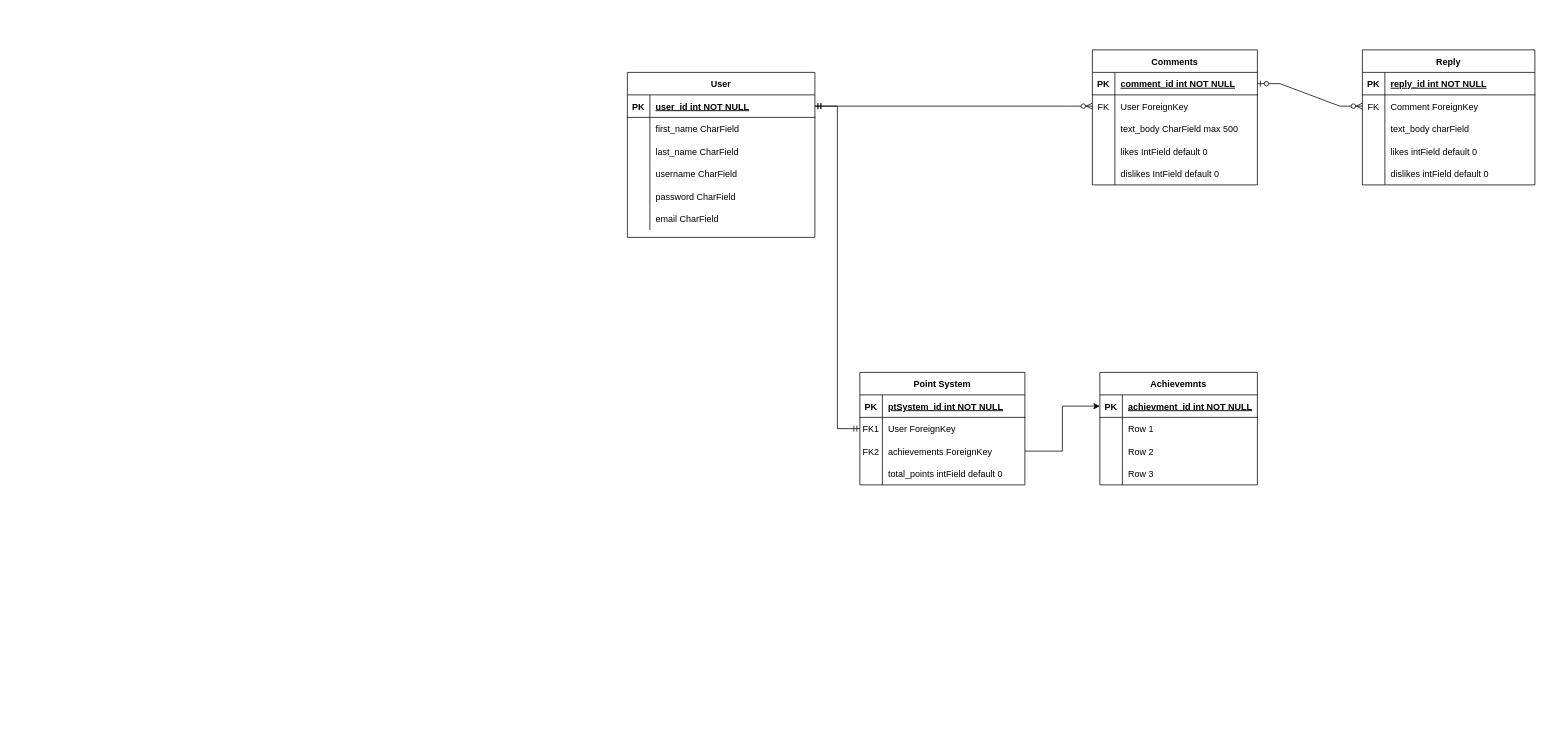
Earlier version of the draw.io diagram Capstone_erd.drawio (BobbyLee3294/dCC-Capstone). Source tidied: cells renumbered, new cells numbered last; positions are measured from the earlier drawing's top-left corner, leaving out a move shared by most shapes. Both pictures are drawn from the tidied source at 75%, with x=0, y=0 at pixel (627, 50).
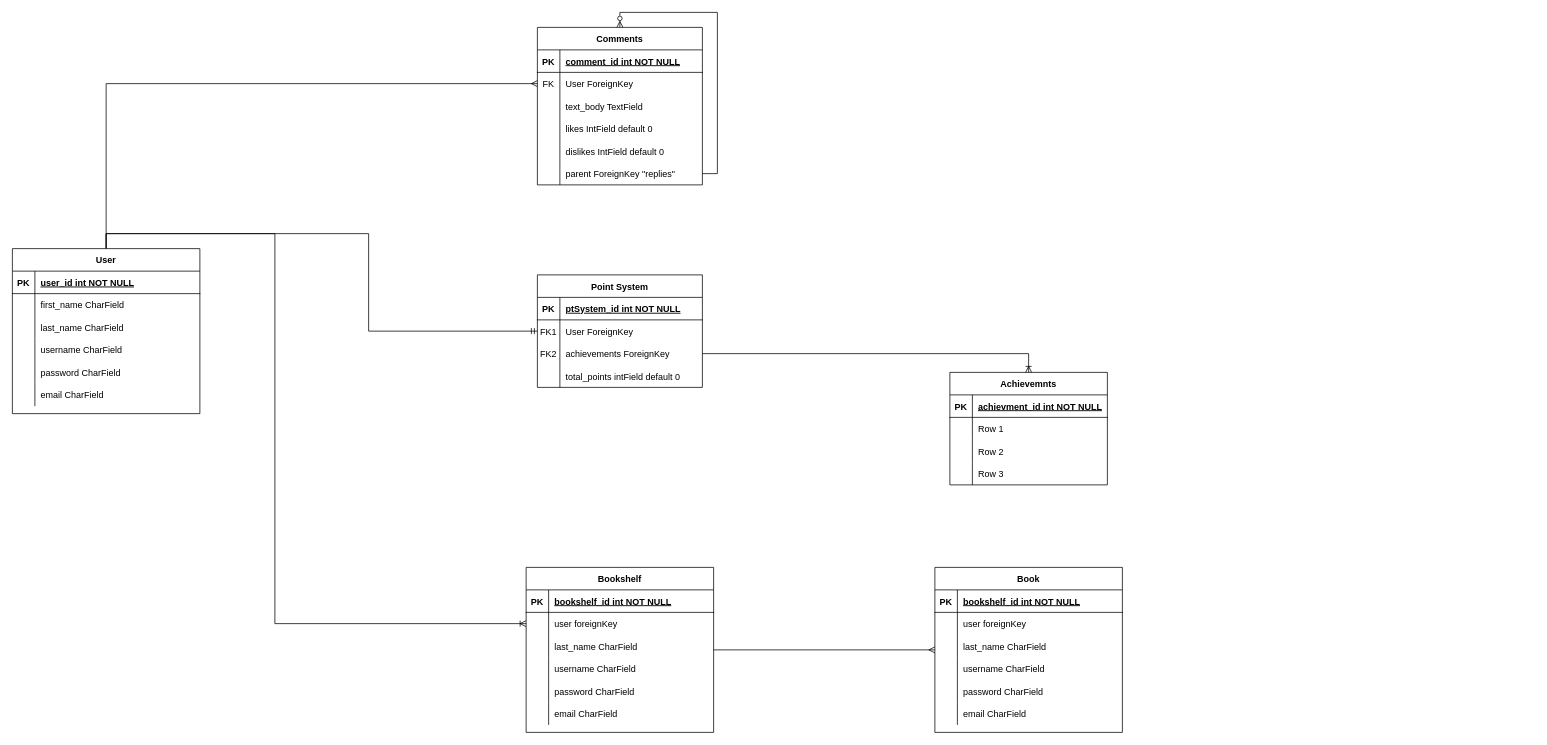
After the change.

Unchanged cells that the change refers to:
```xml
<mxCell id="3" style="shape=partialRectangle;fillColor=none;points=[[0,0.5],[1,0.5]];portConstraint=eastwest;top=0;left=0;right=0;bottom=1;" parent="2" vertex="1">
  <mxGeometry y="30" width="250" height="30" as="geometry" />
</mxCell>
<mxCell id="26" style="shape=tableRow;horizontal=0;startSize=0;swimlaneHead=0;swimlaneBody=0;fillColor=none;points=[[0,0.5],[1,0.5]];portConstraint=eastwest;top=0;left=0;right=0;bottom=0;" parent="22" vertex="1">
  <mxGeometry y="60" width="220" height="30" as="geometry" />
</mxCell>
<mxCell id="29" style="shape=tableRow;horizontal=0;startSize=0;swimlaneHead=0;swimlaneBody=0;fillColor=none;points=[[0,0.5],[1,0.5]];portConstraint=eastwest;top=0;left=0;right=0;bottom=0;" parent="22" vertex="1">
  <mxGeometry y="90" width="220" height="30" as="geometry" />
</mxCell>
<mxCell id="38" style="shape=tableRow;horizontal=0;startSize=0;swimlaneHead=0;swimlaneBody=0;fillColor=none;points=[[0,0.5],[1,0.5]];portConstraint=eastwest;top=0;left=0;right=0;bottom=1;" parent="37" vertex="1">
  <mxGeometry y="30" width="210" height="30" as="geometry" />
</mxCell>
<mxCell id="51" style="shape=tableRow;horizontal=0;startSize=0;swimlaneHead=0;swimlaneBody=0;fillColor=none;points=[[0,0.5],[1,0.5]];portConstraint=eastwest;top=0;left=0;right=0;bottom=1;" parent="50" vertex="1">
  <mxGeometry y="30" width="220" height="30" as="geometry" />
</mxCell>
<mxCell id="54" style="shape=tableRow;horizontal=0;startSize=0;swimlaneHead=0;swimlaneBody=0;fillColor=none;points=[[0,0.5],[1,0.5]];portConstraint=eastwest;top=0;left=0;right=0;bottom=0;" parent="50" vertex="1">
  <mxGeometry y="60" width="220" height="30" as="geometry" />
</mxCell>
<mxCell id="57" style="shape=tableRow;horizontal=0;startSize=0;swimlaneHead=0;swimlaneBody=0;fillColor=none;top=0;left=0;right=0;bottom=0;" parent="50" vertex="1">
  <mxGeometry y="90" width="220" height="30" as="geometry" />
</mxCell>
```

The edit, as a diff of the source:
```diff
@@
+    <mxCell id="83" style="edgeStyle=orthogonalEdgeStyle;rounded=0;jettySize=auto;html=1;exitX=0.5;exitY=0;exitDx=0;exitDy=0;entryX=0;entryY=0.5;entryDx=0;entryDy=0;endArrow=ERmany;endFill=0;" parent="1" edge="1" source="2" target="54">
+      <mxGeometry relative="1" as="geometry" />
+    </mxCell>
+    <mxCell id="84" style="edgeStyle=orthogonalEdgeStyle;rounded=0;jettySize=auto;html=1;exitX=0.5;exitY=0;exitDx=0;exitDy=0;entryX=0;entryY=0.5;entryDx=0;entryDy=0;endArrow=ERmandOne;endFill=0;" parent="1" edge="1" source="2" target="26">
+      <mxGeometry relative="1" as="geometry" />
+    </mxCell>
+    <mxCell id="85" style="edgeStyle=orthogonalEdgeStyle;rounded=0;jettySize=auto;html=1;exitX=0.5;exitY=0;exitDx=0;exitDy=0;endArrow=ERoneToMany;endFill=0;" parent="1" edge="1" source="2" target="95">
+      <mxGeometry relative="1" as="geometry">
+        <Array as="points">
+          <mxPoint x="-695" y="245" />
+          <mxPoint x="-470" y="245" />
+          <mxPoint x="-470" y="765" />
+        </Array>
+      </mxGeometry>
+    </mxCell>
     <mxCell id="2" value="User" style="shape=table;startSize=30;childLayout=tableLayout;rowLines=0;fontStyle=1;align=center;" parent="1" vertex="1">
-      <mxGeometry y="30" width="250" height="220" as="geometry" />
+      <mxGeometry x="-820" y="265" width="250" height="220" as="geometry" />
     </mxCell>
@@
-    <mxCell id="21" style="edgeStyle=entityRelationEdgeStyle;fontSize=12;html=1;endArrow=ERzeroToMany;startArrow=ERmandOne;rounded=0;exitX=1;exitY=0.5;exitDx=0;exitDy=0;" parent="1" edge="1" source="3" target="54">
-      <mxGeometry relative="1" as="geometry" />
-    </mxCell>
     <mxCell id="22" value="Point System" style="shape=table;startSize=30;childLayout=tableLayout;rowLines=0;fontStyle=1;align=center;" parent="1" vertex="1">
-      <mxGeometry x="310" y="430" width="220" height="150" as="geometry" />
+      <mxGeometry x="-120" y="300" width="220" height="150" as="geometry" />
     </mxCell>
@@
-    <mxCell id="35" style="edgeStyle=entityRelationEdgeStyle;fontSize=12;html=1;endArrow=ERmandOne;startArrow=ERmandOne;rounded=0;entryX=1;entryY=0.5;entryDx=0;entryDy=0;" parent="1" edge="1" source="26" target="3">
-      <mxGeometry relative="1" as="geometry" />
-    </mxCell>
-    <mxCell id="36" style="edgeStyle=orthogonalEdgeStyle;rounded=0;jettySize=auto;html=1;exitX=1;exitY=0.5;exitDx=0;exitDy=0;" parent="1" edge="1" source="29" target="38">
-      <mxGeometry relative="1" as="geometry" />
-    </mxCell>
     <mxCell id="37" value="Achievemnts" style="shape=table;startSize=30;childLayout=tableLayout;rowLines=0;fontStyle=1;align=center;" parent="1" vertex="1">
-      <mxGeometry x="630" y="430" width="210" height="150" as="geometry" />
+      <mxGeometry x="430" y="430" width="210" height="150" as="geometry" />
     </mxCell>
@@
     <mxCell id="50" value="Comments" style="shape=table;startSize=30;childLayout=tableLayout;rowLines=0;fontStyle=1;align=center;" parent="1" vertex="1">
-      <mxGeometry x="620" width="220" height="180" as="geometry" />
+      <mxGeometry x="-120" y="-30" width="220" height="210" as="geometry" />
     </mxCell>
@@
-    <mxCell id="59" value="text_body CharField max 500" style="shape=partialRectangle;fillColor=none;top=0;left=0;bottom=0;right=0;align=left;spacingLeft=6;overflow=hidden;" parent="57" vertex="1">
+    <mxCell id="59" value="text_body TextField" style="shape=partialRectangle;fillColor=none;top=0;left=0;bottom=0;right=0;align=left;spacingLeft=6;overflow=hidden;" parent="57" vertex="1">
       <mxGeometry x="30" width="190" height="30" as="geometry" />
     </mxCell>
@@
-    <mxCell id="66" value="Reply" style="shape=table;startSize=30;childLayout=tableLayout;rowLines=0;fontStyle=1;align=center;" parent="1" vertex="1">
-      <mxGeometry x="980" width="230" height="180" as="geometry" />
-    </mxCell>
-    <mxCell id="67" style="shape=tableRow;horizontal=0;startSize=0;swimlaneHead=0;swimlaneBody=0;fillColor=none;top=0;left=0;right=0;bottom=1;" parent="66" vertex="1">
-      <mxGeometry y="30" width="230" height="30" as="geometry" />
-    </mxCell>
-    <mxCell id="68" value="PK" style="shape=partialRectangle;fillColor=none;top=0;left=0;bottom=0;right=0;fontStyle=1;overflow=hidden;" parent="67" vertex="1">
-      <mxGeometry width="30" height="30" as="geometry" />
-    </mxCell>
-    <mxCell id="69" value="reply_id int NOT NULL" style="shape=partialRectangle;fillColor=none;top=0;left=0;bottom=0;right=0;align=left;spacingLeft=6;fontStyle=5;overflow=hidden;" parent="67" vertex="1">
-      <mxGeometry x="30" width="200" height="30" as="geometry" />
-    </mxCell>
-    <mxCell id="70" style="shape=tableRow;horizontal=0;startSize=0;swimlaneHead=0;swimlaneBody=0;fillColor=none;points=[[0,0.5],[1,0.5]];portConstraint=eastwest;top=0;left=0;right=0;bottom=0;" parent="66" vertex="1">
-      <mxGeometry y="60" width="230" height="30" as="geometry" />
-    </mxCell>
-    <mxCell id="71" value="FK" style="shape=partialRectangle;fillColor=none;top=0;left=0;bottom=0;right=0;overflow=hidden;" parent="70" vertex="1">
-      <mxGeometry width="30" height="30" as="geometry" />
-    </mxCell>
-    <mxCell id="72" value="Comment ForeignKey" style="shape=partialRectangle;fillColor=none;top=0;left=0;bottom=0;right=0;align=left;spacingLeft=6;overflow=hidden;" parent="70" vertex="1">
-      <mxGeometry x="30" width="200" height="30" as="geometry" />
-    </mxCell>
-    <mxCell id="73" style="shape=tableRow;horizontal=0;startSize=0;swimlaneHead=0;swimlaneBody=0;fillColor=none;top=0;left=0;right=0;bottom=0;" parent="66" vertex="1">
-      <mxGeometry y="90" width="230" height="30" as="geometry" />
-    </mxCell>
-    <mxCell id="74" style="shape=partialRectangle;fillColor=none;top=0;left=0;bottom=0;right=0;overflow=hidden;" parent="73" vertex="1">
-      <mxGeometry width="30" height="30" as="geometry" />
-    </mxCell>
-    <mxCell id="75" value="text_body charField" style="shape=partialRectangle;fillColor=none;top=0;left=0;bottom=0;right=0;align=left;spacingLeft=6;overflow=hidden;" parent="73" vertex="1">
-      <mxGeometry x="30" width="200" height="30" as="geometry" />
-    </mxCell>
-    <mxCell id="76" style="shape=tableRow;horizontal=0;startSize=0;swimlaneHead=0;swimlaneBody=0;fillColor=none;top=0;left=0;right=0;bottom=0;" parent="66" vertex="1">
-      <mxGeometry y="120" width="230" height="30" as="geometry" />
-    </mxCell>
-    <mxCell id="77" style="shape=partialRectangle;fillColor=none;top=0;left=0;bottom=0;right=0;overflow=hidden;" parent="76" vertex="1">
-      <mxGeometry width="30" height="30" as="geometry" />
-    </mxCell>
-    <mxCell id="78" value="likes intField default 0" style="shape=partialRectangle;fillColor=none;top=0;left=0;bottom=0;right=0;align=left;spacingLeft=6;overflow=hidden;" parent="76" vertex="1">
-      <mxGeometry x="30" width="200" height="30" as="geometry" />
-    </mxCell>
-    <mxCell id="79" style="shape=tableRow;horizontal=0;startSize=0;swimlaneHead=0;swimlaneBody=0;fillColor=none;top=0;left=0;right=0;bottom=0;" parent="66" vertex="1">
-      <mxGeometry y="150" width="230" height="30" as="geometry" />
-    </mxCell>
-    <mxCell id="80" style="shape=partialRectangle;fillColor=none;top=0;left=0;bottom=0;right=0;overflow=hidden;" parent="79" vertex="1">
-      <mxGeometry width="30" height="30" as="geometry" />
-    </mxCell>
-    <mxCell id="81" value="dislikes intField default 0" style="shape=partialRectangle;fillColor=none;top=0;left=0;bottom=0;right=0;align=left;spacingLeft=6;overflow=hidden;" parent="79" vertex="1">
-      <mxGeometry x="30" width="200" height="30" as="geometry" />
-    </mxCell>
-    <mxCell id="82" style="edgeStyle=entityRelationEdgeStyle;fontSize=12;html=1;endArrow=ERzeroToMany;startArrow=ERzeroToOne;rounded=0;" parent="1" edge="1" source="51" target="70">
-      <mxGeometry relative="1" as="geometry" />
-    </mxCell>
+    <mxCell id="86" style="edgeStyle=orthogonalEdgeStyle;rounded=0;jettySize=auto;html=1;exitX=1;exitY=0.5;exitDx=0;exitDy=0;entryX=0.5;entryY=0;entryDx=0;entryDy=0;endArrow=ERzeroToMany;endFill=0;" parent="50" edge="1" source="87" target="50">
+      <mxGeometry relative="1" as="geometry" />
+    </mxCell>
+    <mxCell id="87" style="shape=tableRow;horizontal=0;startSize=0;swimlaneHead=0;swimlaneBody=0;fillColor=none;points=[[0,0.5],[1,0.5]];portConstraint=eastwest;top=0;left=0;right=0;bottom=0;" parent="50" vertex="1">
+      <mxGeometry y="180" width="220" height="30" as="geometry" />
+    </mxCell>
+    <mxCell id="88" style="shape=partialRectangle;fillColor=none;top=0;left=0;bottom=0;right=0;overflow=hidden;" parent="87" vertex="1">
+      <mxGeometry width="30" height="30" as="geometry" />
+    </mxCell>
+    <mxCell id="89" value="parent ForeignKey &quot;replies&quot;" style="shape=partialRectangle;fillColor=none;top=0;left=0;bottom=0;right=0;align=left;spacingLeft=6;overflow=hidden;" parent="87" vertex="1">
+      <mxGeometry x="30" width="190" height="30" as="geometry" />
+    </mxCell>
+    <mxCell id="90" style="edgeStyle=orthogonalEdgeStyle;rounded=0;jettySize=auto;html=1;endArrow=ERmany;endFill=0;" parent="1" edge="1" source="91" target="111">
+      <mxGeometry relative="1" as="geometry" />
+    </mxCell>
+    <mxCell id="91" value="Bookshelf" style="shape=table;startSize=30;childLayout=tableLayout;rowLines=0;fontStyle=1;align=center;" parent="1" vertex="1">
+      <mxGeometry x="-135" y="690" width="250" height="220" as="geometry" />
+    </mxCell>
+    <mxCell id="92" style="shape=partialRectangle;fillColor=none;top=0;left=0;right=0;bottom=1;" parent="91" vertex="1">
+      <mxGeometry y="30" width="250" height="30" as="geometry" />
+    </mxCell>
+    <mxCell id="93" value="PK" style="shape=partialRectangle;overflow=hidden;fillColor=none;top=0;left=0;bottom=0;right=0;fontStyle=1;" parent="92" vertex="1">
+      <mxGeometry width="30" height="30" as="geometry" />
+    </mxCell>
+    <mxCell id="94" value="bookshelf_id int NOT NULL " style="shape=partialRectangle;overflow=hidden;fillColor=none;top=0;left=0;bottom=0;right=0;align=left;spacingLeft=6;fontStyle=5;" parent="92" vertex="1">
+      <mxGeometry x="30" width="220" height="30" as="geometry" />
+    </mxCell>
+    <mxCell id="95" style="shape=partialRectangle;fillColor=none;points=[[0,0.5],[1,0.5]];portConstraint=eastwest;top=0;left=0;right=0;bottom=0;" parent="91" vertex="1">
+      <mxGeometry y="60" width="250" height="30" as="geometry" />
+    </mxCell>
+    <mxCell id="96" style="shape=partialRectangle;overflow=hidden;fillColor=none;top=0;left=0;bottom=0;right=0;" parent="95" vertex="1">
+      <mxGeometry width="30" height="30" as="geometry" />
+    </mxCell>
+    <mxCell id="97" value="user foreignKey" style="shape=partialRectangle;overflow=hidden;fillColor=none;top=0;left=0;bottom=0;right=0;align=left;spacingLeft=6;" parent="95" vertex="1">
+      <mxGeometry x="30" width="220" height="30" as="geometry" />
+    </mxCell>
+    <mxCell id="98" style="shape=partialRectangle;fillColor=none;top=0;left=0;right=0;bottom=0;" parent="91" vertex="1">
+      <mxGeometry y="90" width="250" height="30" as="geometry" />
+    </mxCell>
+    <mxCell id="99" style="shape=partialRectangle;overflow=hidden;fillColor=none;top=0;left=0;bottom=0;right=0;" parent="98" vertex="1">
+      <mxGeometry width="30" height="30" as="geometry" />
+    </mxCell>
+    <mxCell id="100" value="last_name CharField" style="shape=partialRectangle;overflow=hidden;fillColor=none;top=0;left=0;bottom=0;right=0;align=left;spacingLeft=6;" parent="98" vertex="1">
+      <mxGeometry x="30" width="220" height="30" as="geometry" />
+    </mxCell>
+    <mxCell id="101" style="shape=partialRectangle;fillColor=none;top=0;left=0;right=0;bottom=0;" parent="91" vertex="1">
+      <mxGeometry y="120" width="250" height="30" as="geometry" />
+    </mxCell>
+    <mxCell id="102" style="shape=partialRectangle;overflow=hidden;fillColor=none;top=0;left=0;bottom=0;right=0;" parent="101" vertex="1">
+      <mxGeometry width="30" height="30" as="geometry" />
+    </mxCell>
+    <mxCell id="103" value="username CharField" style="shape=partialRectangle;overflow=hidden;fillColor=none;top=0;left=0;bottom=0;right=0;align=left;spacingLeft=6;" parent="101" vertex="1">
+      <mxGeometry x="30" width="220" height="30" as="geometry" />
+    </mxCell>
+    <mxCell id="104" style="shape=partialRectangle;fillColor=none;top=0;left=0;right=0;bottom=0;" parent="91" vertex="1">
+      <mxGeometry y="150" width="250" height="30" as="geometry" />
+    </mxCell>
+    <mxCell id="105" style="shape=partialRectangle;overflow=hidden;fillColor=none;top=0;left=0;bottom=0;right=0;" parent="104" vertex="1">
+      <mxGeometry width="30" height="30" as="geometry" />
+    </mxCell>
+    <mxCell id="106" value="password CharField" style="shape=partialRectangle;overflow=hidden;fillColor=none;top=0;left=0;bottom=0;right=0;align=left;spacingLeft=6;" parent="104" vertex="1">
+      <mxGeometry x="30" width="220" height="30" as="geometry" />
+    </mxCell>
+    <mxCell id="107" style="shape=partialRectangle;fillColor=none;top=0;left=0;right=0;bottom=0;" parent="91" vertex="1">
+      <mxGeometry y="180" width="250" height="30" as="geometry" />
+    </mxCell>
+    <mxCell id="108" style="shape=partialRectangle;overflow=hidden;fillColor=none;top=0;left=0;bottom=0;right=0;" parent="107" vertex="1">
+      <mxGeometry width="30" height="30" as="geometry" />
+    </mxCell>
+    <mxCell id="109" value="email CharField" style="shape=partialRectangle;overflow=hidden;fillColor=none;top=0;left=0;bottom=0;right=0;align=left;spacingLeft=6;" parent="107" vertex="1">
+      <mxGeometry x="30" width="220" height="30" as="geometry" />
+    </mxCell>
+    <mxCell id="110" style="edgeStyle=orthogonalEdgeStyle;rounded=0;jettySize=auto;html=1;exitX=1;exitY=0.5;exitDx=0;exitDy=0;entryX=0.5;entryY=0;entryDx=0;entryDy=0;endArrow=ERoneToMany;endFill=0;" parent="1" edge="1" source="29" target="37">
+      <mxGeometry relative="1" as="geometry" />
+    </mxCell>
+    <mxCell id="111" value="Book" style="shape=table;startSize=30;childLayout=tableLayout;rowLines=0;fontStyle=1;align=center;" parent="1" vertex="1">
+      <mxGeometry x="410" y="690" width="250" height="220" as="geometry" />
+    </mxCell>
+    <mxCell id="112" style="shape=partialRectangle;fillColor=none;top=0;left=0;right=0;bottom=1;" parent="111" vertex="1">
+      <mxGeometry y="30" width="250" height="30" as="geometry" />
+    </mxCell>
+    <mxCell id="113" value="PK" style="shape=partialRectangle;overflow=hidden;fillColor=none;top=0;left=0;bottom=0;right=0;fontStyle=1;" parent="112" vertex="1">
+      <mxGeometry width="30" height="30" as="geometry" />
+    </mxCell>
+    <mxCell id="114" value="bookshelf_id int NOT NULL " style="shape=partialRectangle;overflow=hidden;fillColor=none;top=0;left=0;bottom=0;right=0;align=left;spacingLeft=6;fontStyle=5;" parent="112" vertex="1">
+      <mxGeometry x="30" width="220" height="30" as="geometry" />
+    </mxCell>
+    <mxCell id="115" style="shape=partialRectangle;fillColor=none;top=0;left=0;right=0;bottom=0;" parent="111" vertex="1">
+      <mxGeometry y="60" width="250" height="30" as="geometry" />
+    </mxCell>
+    <mxCell id="116" style="shape=partialRectangle;overflow=hidden;fillColor=none;top=0;left=0;bottom=0;right=0;" parent="115" vertex="1">
+      <mxGeometry width="30" height="30" as="geometry" />
+    </mxCell>
+    <mxCell id="117" value="user foreignKey" style="shape=partialRectangle;overflow=hidden;fillColor=none;top=0;left=0;bottom=0;right=0;align=left;spacingLeft=6;" parent="115" vertex="1">
+      <mxGeometry x="30" width="220" height="30" as="geometry" />
+    </mxCell>
+    <mxCell id="118" style="shape=partialRectangle;fillColor=none;top=0;left=0;right=0;bottom=0;" parent="111" vertex="1">
+      <mxGeometry y="90" width="250" height="30" as="geometry" />
+    </mxCell>
+    <mxCell id="119" style="shape=partialRectangle;overflow=hidden;fillColor=none;top=0;left=0;bottom=0;right=0;" parent="118" vertex="1">
+      <mxGeometry width="30" height="30" as="geometry" />
+    </mxCell>
+    <mxCell id="120" value="last_name CharField" style="shape=partialRectangle;overflow=hidden;fillColor=none;top=0;left=0;bottom=0;right=0;align=left;spacingLeft=6;" parent="118" vertex="1">
+      <mxGeometry x="30" width="220" height="30" as="geometry" />
+    </mxCell>
+    <mxCell id="121" style="shape=partialRectangle;fillColor=none;top=0;left=0;right=0;bottom=0;" parent="111" vertex="1">
+      <mxGeometry y="120" width="250" height="30" as="geometry" />
+    </mxCell>
+    <mxCell id="122" style="shape=partialRectangle;overflow=hidden;fillColor=none;top=0;left=0;bottom=0;right=0;" parent="121" vertex="1">
+      <mxGeometry width="30" height="30" as="geometry" />
+    </mxCell>
+    <mxCell id="123" value="username CharField" style="shape=partialRectangle;overflow=hidden;fillColor=none;top=0;left=0;bottom=0;right=0;align=left;spacingLeft=6;" parent="121" vertex="1">
+      <mxGeometry x="30" width="220" height="30" as="geometry" />
+    </mxCell>
+    <mxCell id="124" style="shape=partialRectangle;fillColor=none;top=0;left=0;right=0;bottom=0;" parent="111" vertex="1">
+      <mxGeometry y="150" width="250" height="30" as="geometry" />
+    </mxCell>
+    <mxCell id="125" style="shape=partialRectangle;overflow=hidden;fillColor=none;top=0;left=0;bottom=0;right=0;" parent="124" vertex="1">
+      <mxGeometry width="30" height="30" as="geometry" />
+    </mxCell>
+    <mxCell id="126" value="password CharField" style="shape=partialRectangle;overflow=hidden;fillColor=none;top=0;left=0;bottom=0;right=0;align=left;spacingLeft=6;" parent="124" vertex="1">
+      <mxGeometry x="30" width="220" height="30" as="geometry" />
+    </mxCell>
+    <mxCell id="127" style="shape=partialRectangle;fillColor=none;top=0;left=0;right=0;bottom=0;" parent="111" vertex="1">
+      <mxGeometry y="180" width="250" height="30" as="geometry" />
+    </mxCell>
+    <mxCell id="128" style="shape=partialRectangle;overflow=hidden;fillColor=none;top=0;left=0;bottom=0;right=0;" parent="127" vertex="1">
+      <mxGeometry width="30" height="30" as="geometry" />
+    </mxCell>
+    <mxCell id="129" value="email CharField" style="shape=partialRectangle;overflow=hidden;fillColor=none;top=0;left=0;bottom=0;right=0;align=left;spacingLeft=6;" parent="127" vertex="1">
+      <mxGeometry x="30" width="220" height="30" as="geometry" />
+    </mxCell>
```
